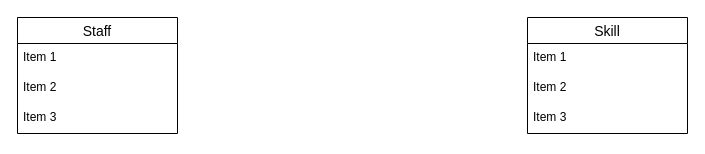
Before: Tutorial 2/Untitled Diagram.drawio in ChitharaKarunasekera/DatabaseSystemsTutorials, a draw.io diagram. Source tidied: cells renumbered, new cells numbered last; positions are measured from the earlier drawing's top-left corner, leaving out a move shared by most shapes. Both pictures are drawn from the tidied source at 100%, with x=0, y=0 at pixel (17, 17).
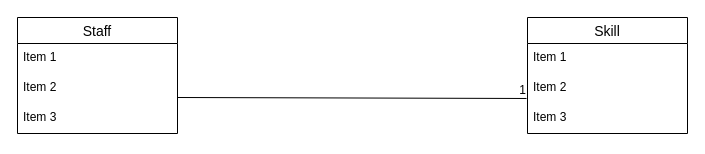
The same diagram, later.

Commit message:
added two entities

The edit, as a diff of the source:
```diff
@@
 <mxGraphModel>
   <root>
     <mxCell id="0" />
     <mxCell id="1" parent="0" />
     <mxCell id="2" value="Staff" style="swimlane;fontStyle=0;horizontal=1;startSize=26;align=center;fontSize=14;" parent="1" vertex="1">
       <mxGeometry width="160" height="116" as="geometry" />
     </mxCell>
     <mxCell id="3" value="Item 1" style="text;strokeColor=none;fillColor=none;spacingLeft=4;spacingRight=4;overflow=hidden;fontSize=12;" parent="2" vertex="1">
       <mxGeometry y="26" width="160" height="30" as="geometry" />
     </mxCell>
     <mxCell id="4" value="Item 2" style="text;strokeColor=none;fillColor=none;spacingLeft=4;spacingRight=4;overflow=hidden;fontSize=12;" parent="2" vertex="1">
       <mxGeometry y="56" width="160" height="30" as="geometry" />
     </mxCell>
     <mxCell id="5" value="Item 3" style="text;strokeColor=none;fillColor=none;spacingLeft=4;spacingRight=4;overflow=hidden;fontSize=12;" parent="2" vertex="1">
       <mxGeometry y="86" width="160" height="30" as="geometry" />
     </mxCell>
     <mxCell id="6" value="Skill" style="swimlane;fontStyle=0;horizontal=1;startSize=26;align=center;fontSize=14;" parent="1" vertex="1">
       <mxGeometry x="510" width="160" height="116" as="geometry" />
     </mxCell>
     <mxCell id="7" value="Item 1" style="text;strokeColor=none;fillColor=none;spacingLeft=4;spacingRight=4;overflow=hidden;fontSize=12;" parent="6" vertex="1">
       <mxGeometry y="26" width="160" height="30" as="geometry" />
     </mxCell>
     <mxCell id="8" value="Item 2" style="text;strokeColor=none;fillColor=none;spacingLeft=4;spacingRight=4;overflow=hidden;points=[[0,0.5],[1,0.5]];portConstraint=eastwest;fontSize=12;" parent="6" vertex="1">
       <mxGeometry y="56" width="160" height="30" as="geometry" />
     </mxCell>
     <mxCell id="9" value="Item 3" style="text;strokeColor=none;fillColor=none;spacingLeft=4;spacingRight=4;overflow=hidden;fontSize=12;" parent="6" vertex="1">
       <mxGeometry y="86" width="160" height="30" as="geometry" />
     </mxCell>
+    <mxCell id="10" style="endArrow=none;html=1;rounded=0;entryX=-0.006;entryY=0.833;entryDx=0;entryDy=0;entryPerimeter=0;" parent="1" edge="1" target="8">
+      <mxGeometry relative="1" as="geometry">
+        <mxPoint x="160" y="80" as="sourcePoint" />
+      </mxGeometry>
+    </mxCell>
+    <mxCell id="11" value="1" style="html=1;align=right;verticalAlign=bottom;" parent="10" vertex="1">
+      <mxGeometry x="1" relative="1" as="geometry" />
+    </mxCell>
   </root>
 </mxGraphModel>
```
